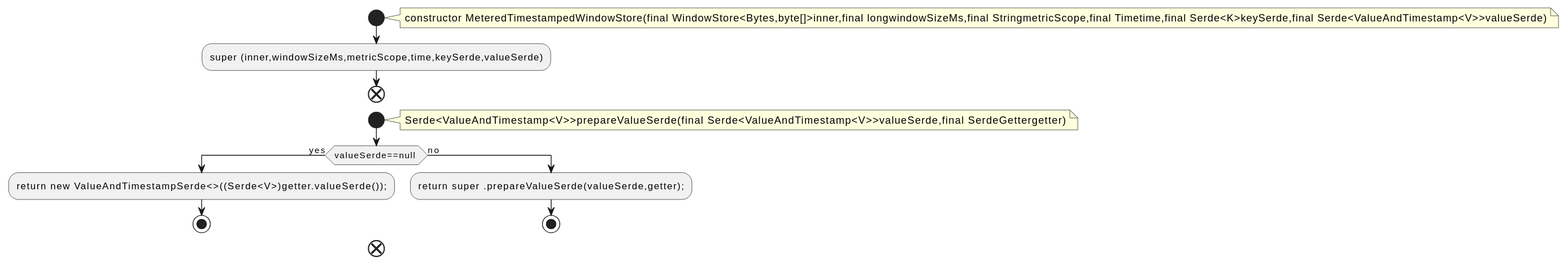
The PlantUML diagram docs/qc/streams/src/main/java/org/apache/kafka/streams/state/internals/MeteredTimestampedWindowStore.java.fct.svg in qualitesys/kafka, before a commit.
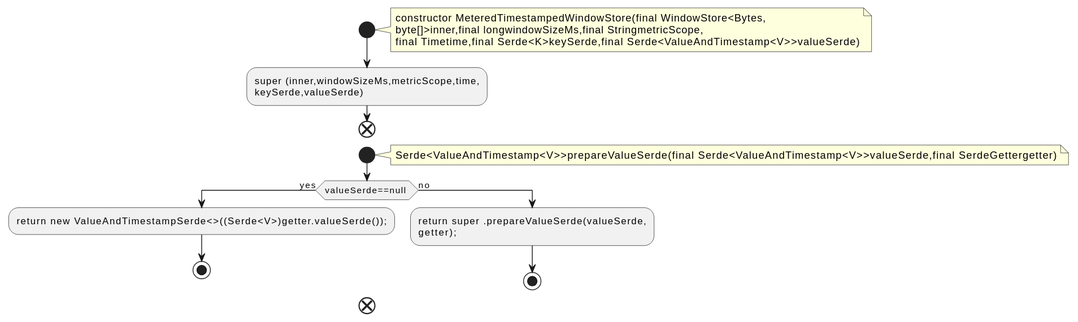
Later version of the same file.

Change to the diagram source:
```diff
@@ -2,9 +2,12 @@
 !pragma layout smetana
 start
 note right
-constructor MeteredTimestampedWindowStore(final WindowStore<Bytes,byte[]>inner,final longwindowSizeMs,final StringmetricScope,final Timetime,final Serde<K>keySerde,final Serde<ValueAndTimestamp<V>>valueSerde)
+constructor MeteredTimestampedWindowStore(final WindowStore<Bytes,
+byte[]>inner,final longwindowSizeMs,final StringmetricScope,
+final Timetime,final Serde<K>keySerde,final Serde<ValueAndTimestamp<V>>valueSerde)
 end note
-:super (inner,windowSizeMs,metricScope,time,keySerde,valueSerde);
+:super (inner,windowSizeMs,metricScope,time,
+keySerde,valueSerde);
 end
 start
 note right
@@ -14,7 +17,8 @@
 :return new ValueAndTimestampSerde<>((Serde<V>)getter.valueSerde());;
 stop
 else (no)
-:return super .prepareValueSerde(valueSerde,getter);;
+:return super .prepareValueSerde(valueSerde,
+getter);;
 stop
 endif
 end
```
